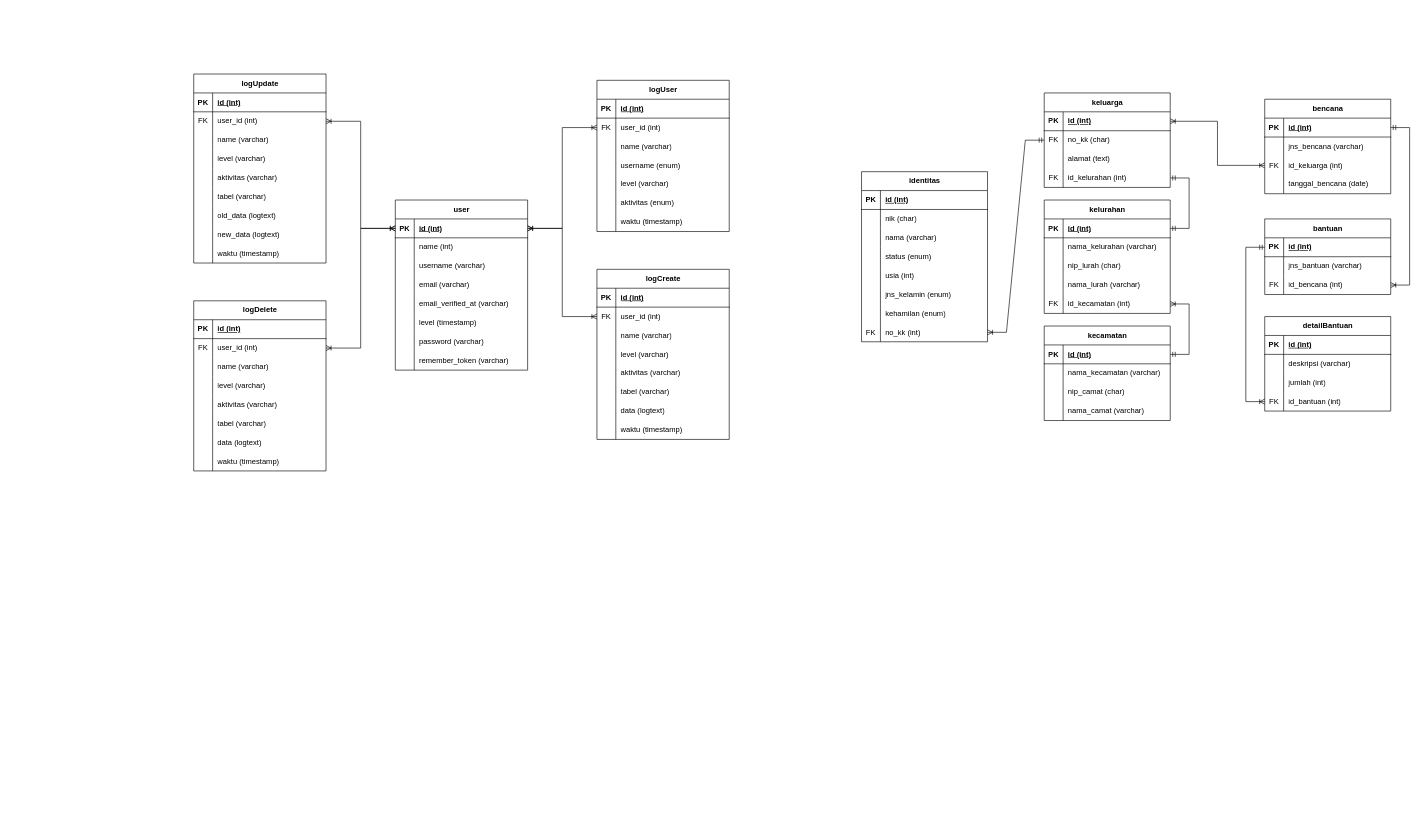
febrizuladhari/SuratBencana_TAGANA-Linjamsos-DinasSosial-MSIB6 keeps this draw.io diagram as Dokumen Dasar/ERD.drawio. Above is the earlier version. Source tidied: cells renumbered, new cells numbered last; positions are measured from the earlier drawing's top-left corner, leaving out a move shared by most shapes. Both pictures are drawn from the tidied source at 63%, with x=0, y=0 at pixel (193, 74).
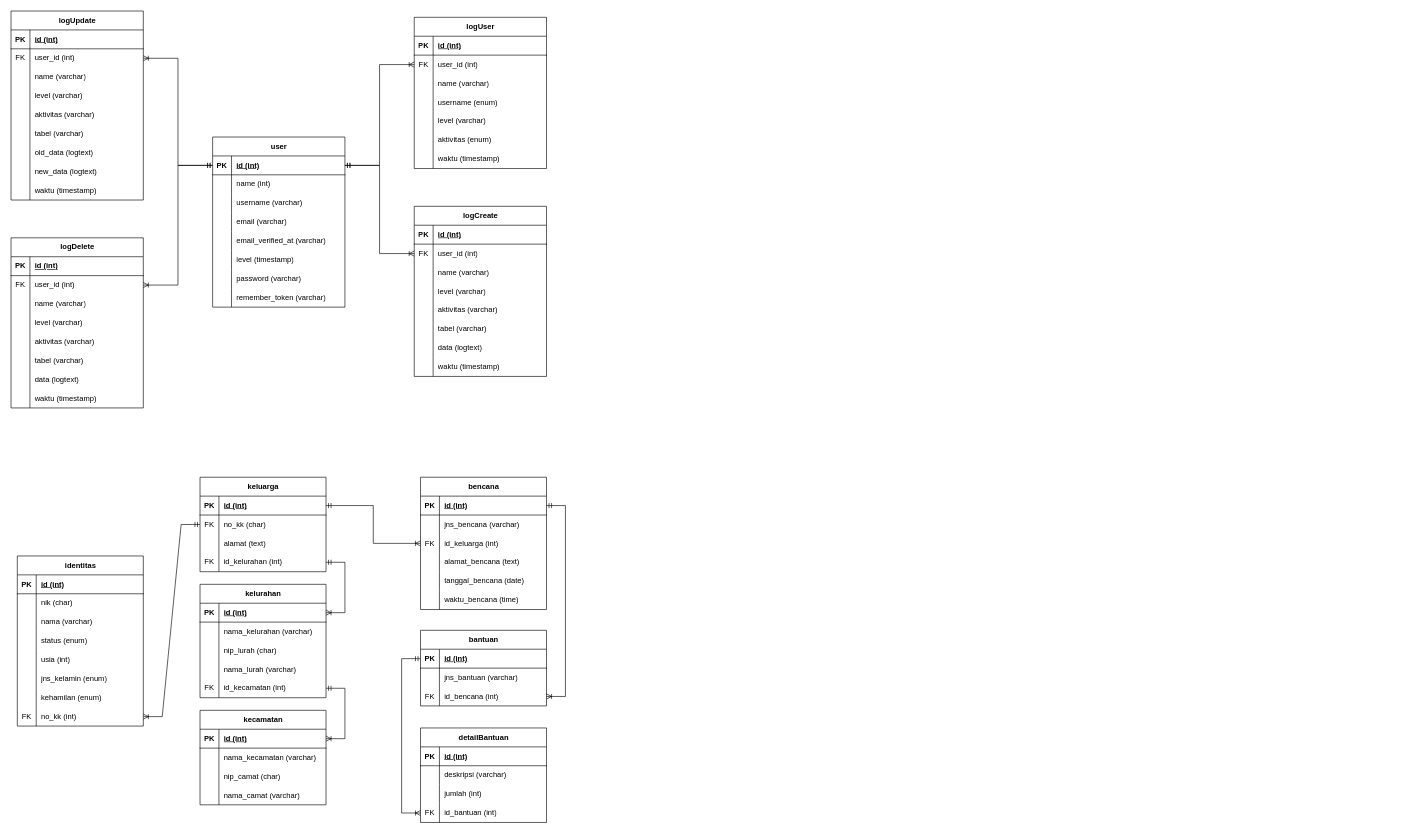
The same page after the edit.

The change refers to these unchanged cells:
```xml
<mxCell id="28" style="shape=tableRow;horizontal=0;startSize=0;swimlaneHead=0;swimlaneBody=0;fillColor=none;points=[[0,0.5],[1,0.5]];portConstraint=eastwest;top=0;left=0;right=0;bottom=1;" parent="27" vertex="1">
  <mxGeometry y="30" width="200" height="30" as="geometry" />
</mxCell>
<mxCell id="40" style="shape=tableRow;horizontal=0;startSize=0;swimlaneHead=0;swimlaneBody=0;fillColor=none;points=[[0,0.5],[1,0.5]];portConstraint=eastwest;top=0;left=0;right=0;bottom=0;" parent="27" vertex="1">
  <mxGeometry y="150" width="200" height="30" as="geometry" />
</mxCell>
<mxCell id="44" style="shape=tableRow;horizontal=0;startSize=0;swimlaneHead=0;swimlaneBody=0;fillColor=none;points=[[0,0.5],[1,0.5]];portConstraint=eastwest;top=0;left=0;right=0;bottom=1;" parent="43" vertex="1">
  <mxGeometry y="30" width="200" height="30" as="geometry" />
</mxCell>
<mxCell id="57" style="shape=tableRow;horizontal=0;startSize=0;swimlaneHead=0;swimlaneBody=0;fillColor=none;points=[[0,0.5],[1,0.5]];portConstraint=eastwest;top=0;left=0;right=0;bottom=1;" parent="56" vertex="1">
  <mxGeometry y="30" width="200" height="30" as="geometry" />
</mxCell>
<mxCell id="63" style="shape=tableRow;horizontal=0;startSize=0;swimlaneHead=0;swimlaneBody=0;fillColor=none;points=[[0,0.5],[1,0.5]];portConstraint=eastwest;top=0;left=0;right=0;bottom=0;" parent="56" vertex="1">
  <mxGeometry y="90" width="200" height="30" as="geometry" />
</mxCell>
<mxCell id="69" style="shape=tableRow;horizontal=0;startSize=0;swimlaneHead=0;swimlaneBody=0;fillColor=none;points=[[0,0.5],[1,0.5]];portConstraint=eastwest;top=0;left=0;right=0;bottom=1;" parent="68" vertex="1">
  <mxGeometry y="30" width="200" height="30" as="geometry" />
</mxCell>
<mxCell id="78" style="shape=tableRow;horizontal=0;startSize=0;swimlaneHead=0;swimlaneBody=0;fillColor=none;points=[[0,0.5],[1,0.5]];portConstraint=eastwest;top=0;left=0;right=0;bottom=0;" parent="68" vertex="1">
  <mxGeometry y="120" width="200" height="30" as="geometry" />
</mxCell>
<mxCell id="83" style="shape=tableRow;horizontal=0;startSize=0;swimlaneHead=0;swimlaneBody=0;fillColor=none;points=[[0,0.5],[1,0.5]];portConstraint=eastwest;top=0;left=0;right=0;bottom=1;" parent="82" vertex="1">
  <mxGeometry y="30" width="200" height="30" as="geometry" />
</mxCell>
<mxCell id="89" style="shape=tableRow;horizontal=0;startSize=0;swimlaneHead=0;swimlaneBody=0;fillColor=none;points=[[0,0.5],[1,0.5]];portConstraint=eastwest;top=0;left=0;right=0;bottom=0;" parent="82" vertex="1">
  <mxGeometry y="90" width="200" height="30" as="geometry" />
</mxCell>
<mxCell id="107" style="shape=tableRow;horizontal=0;startSize=0;swimlaneHead=0;swimlaneBody=0;fillColor=none;points=[[0,0.5],[1,0.5]];portConstraint=eastwest;top=0;left=0;right=0;bottom=0;" parent="97" vertex="1">
  <mxGeometry y="120" width="200" height="30" as="geometry" />
</mxCell>
<mxCell id="115" style="shape=tableRow;horizontal=0;startSize=0;swimlaneHead=0;swimlaneBody=0;fillColor=none;points=[[0,0.5],[1,0.5]];portConstraint=eastwest;top=0;left=0;right=0;bottom=0;" parent="111" vertex="1">
  <mxGeometry y="60" width="210" height="30" as="geometry" />
</mxCell>
<mxCell id="134" style="shape=tableRow;horizontal=0;startSize=0;swimlaneHead=0;swimlaneBody=0;fillColor=none;points=[[0,0.5],[1,0.5]];portConstraint=eastwest;top=0;left=0;right=0;bottom=1;" parent="133" vertex="1">
  <mxGeometry y="30" width="210" height="30" as="geometry" />
</mxCell>
<mxCell id="163" style="shape=tableRow;horizontal=0;startSize=0;swimlaneHead=0;swimlaneBody=0;fillColor=none;points=[[0,0.5],[1,0.5]];portConstraint=eastwest;top=0;left=0;right=0;bottom=0;" parent="159" vertex="1">
  <mxGeometry y="60" width="210" height="30" as="geometry" />
</mxCell>
<mxCell id="188" style="shape=tableRow;horizontal=0;startSize=0;swimlaneHead=0;swimlaneBody=0;fillColor=none;points=[[0,0.5],[1,0.5]];portConstraint=eastwest;top=0;left=0;right=0;bottom=0;" parent="184" vertex="1">
  <mxGeometry y="60" width="210" height="30" as="geometry" />
</mxCell>
<mxCell id="213" style="shape=tableRow;horizontal=0;startSize=0;swimlaneHead=0;swimlaneBody=0;fillColor=none;points=[[0,0.5],[1,0.5]];portConstraint=eastwest;top=0;left=0;right=0;bottom=0;" parent="209" vertex="1">
  <mxGeometry y="60" width="210" height="30" as="geometry" />
</mxCell>
```

Diff of the diagram source:
```diff
@@
     <mxCell id="2" value="identitas" style="shape=table;startSize=30;childLayout=tableLayout;rowLines=0;fontStyle=1;align=center;html=1;" parent="1" vertex="1">
-      <mxGeometry x="1060" y="155" width="200" height="270" as="geometry" />
+      <mxGeometry x="-280" y="765" width="200" height="270" as="geometry" />
     </mxCell>
@@
     <mxCell id="27" value="kelurahan" style="shape=table;startSize=30;childLayout=tableLayout;rowLines=0;fontStyle=1;align=center;html=1;" parent="1" vertex="1">
-      <mxGeometry x="1350" y="200" width="200" height="180" as="geometry" />
+      <mxGeometry x="10" y="810" width="200" height="180" as="geometry" />
     </mxCell>
@@
     <mxCell id="43" value="kecamatan" style="shape=table;startSize=30;childLayout=tableLayout;rowLines=0;fontStyle=1;align=center;html=1;" parent="1" vertex="1">
-      <mxGeometry x="1350" y="400" width="200" height="150" as="geometry" />
+      <mxGeometry x="10" y="1010" width="200" height="150" as="geometry" />
     </mxCell>
@@
     <mxCell id="56" value="bantuan" style="shape=table;startSize=30;childLayout=tableLayout;rowLines=0;fontStyle=1;align=center;html=1;" parent="1" vertex="1">
-      <mxGeometry x="1700" y="230" width="200" height="120" as="geometry" />
+      <mxGeometry x="360" y="883" width="200" height="120" as="geometry" />
     </mxCell>
@@
-    <mxCell id="66" style="edgeStyle=orthogonalEdgeStyle;fontSize=12;html=1;endArrow=ERmandOne;startArrow=ERmandOne;rounded=0;exitX=1;exitY=0.5;exitDx=0;exitDy=0;entryX=1;entryY=0.5;entryDx=0;entryDy=0;" parent="1" edge="1" source="78" target="28">
+    <mxCell id="66" style="edgeStyle=orthogonalEdgeStyle;fontSize=12;html=1;endArrow=ERoneToMany;startArrow=ERmandOne;rounded=0;exitX=1;exitY=0.5;exitDx=0;exitDy=0;entryX=1;entryY=0.5;entryDx=0;entryDy=0;endFill=0;" parent="1" edge="1" source="78" target="28">
       <mxGeometry relative="1" as="geometry">
         <Array as="points">
-          <mxPoint x="1580" y="165" />
-          <mxPoint x="1580" y="245" />
+          <mxPoint x="240" y="775" />
+          <mxPoint x="240" y="855" />
         </Array>
       </mxGeometry>
     </mxCell>
-    <mxCell id="67" style="edgeStyle=orthogonalEdgeStyle;fontSize=12;html=1;endArrow=ERoneToMany;startArrow=ERmandOne;rounded=0;exitX=1;exitY=0.5;exitDx=0;exitDy=0;entryX=1;entryY=0.5;entryDx=0;entryDy=0;endFill=0;" parent="1" edge="1" source="44" target="40">
+    <mxCell id="67" style="edgeStyle=orthogonalEdgeStyle;fontSize=12;html=1;endArrow=ERmandOne;startArrow=ERoneToMany;rounded=0;exitX=1;exitY=0.5;exitDx=0;exitDy=0;entryX=1;entryY=0.5;entryDx=0;entryDy=0;endFill=0;startFill=0;" parent="1" edge="1" source="44" target="40">
       <mxGeometry relative="1" as="geometry">
         <Array as="points">
-          <mxPoint x="1580" y="445" />
-          <mxPoint x="1580" y="365" />
+          <mxPoint x="240" y="1055" />
+          <mxPoint x="240" y="975" />
         </Array>
       </mxGeometry>
     </mxCell>
     <mxCell id="68" value="keluarga" style="shape=table;startSize=30;childLayout=tableLayout;rowLines=0;fontStyle=1;align=center;html=1;" parent="1" vertex="1">
-      <mxGeometry x="1350" y="30" width="200" height="150" as="geometry" />
+      <mxGeometry x="10" y="640" width="200" height="150" as="geometry" />
     </mxCell>
@@
     <mxCell id="82" value="bencana" style="shape=table;startSize=30;childLayout=tableLayout;rowLines=0;fontStyle=1;align=center;html=1;" parent="1" vertex="1">
-      <mxGeometry x="1700" y="40" width="200" height="150" as="geometry" />
+      <mxGeometry x="360" y="640" width="200" height="210" as="geometry" />
     </mxCell>
@@
+    <mxCell id="240" style="shape=tableRow;horizontal=0;startSize=0;swimlaneHead=0;swimlaneBody=0;fillColor=none;top=0;left=0;right=0;bottom=0;" parent="82" vertex="1">
+      <mxGeometry y="120" width="200" height="30" as="geometry" />
+    </mxCell>
+    <mxCell id="241" style="shape=partialRectangle;fillColor=none;top=0;left=0;bottom=0;right=0;overflow=hidden;whiteSpace=wrap;html=1;" parent="240" vertex="1">
+      <mxGeometry width="30" height="30" as="geometry" />
+    </mxCell>
+    <mxCell id="242" value="alamat_bencana (text)" style="shape=partialRectangle;fillColor=none;top=0;left=0;bottom=0;right=0;align=left;spacingLeft=6;overflow=hidden;whiteSpace=wrap;html=1;" parent="240" vertex="1">
+      <mxGeometry x="30" width="170" height="30" as="geometry" />
+    </mxCell>
     <mxCell id="92" style="shape=tableRow;horizontal=0;startSize=0;swimlaneHead=0;swimlaneBody=0;fillColor=none;top=0;left=0;right=0;bottom=0;" parent="82" vertex="1">
-      <mxGeometry y="120" width="200" height="30" as="geometry" />
+      <mxGeometry y="150" width="200" height="30" as="geometry" />
     </mxCell>
@@
+    <mxCell id="243" style="shape=tableRow;horizontal=0;startSize=0;swimlaneHead=0;swimlaneBody=0;fillColor=none;top=0;left=0;right=0;bottom=0;" parent="82" vertex="1">
+      <mxGeometry y="180" width="200" height="30" as="geometry" />
+    </mxCell>
+    <mxCell id="244" style="shape=partialRectangle;fillColor=none;top=0;left=0;bottom=0;right=0;overflow=hidden;whiteSpace=wrap;html=1;" parent="243" vertex="1">
+      <mxGeometry width="30" height="30" as="geometry" />
+    </mxCell>
+    <mxCell id="245" value="waktu_bencana (time)" style="shape=partialRectangle;fillColor=none;top=0;left=0;bottom=0;right=0;align=left;spacingLeft=6;overflow=hidden;whiteSpace=wrap;html=1;" parent="243" vertex="1">
+      <mxGeometry x="30" width="170" height="30" as="geometry" />
+    </mxCell>
     <mxCell id="95" style="fontSize=12;html=1;endArrow=ERoneToMany;startArrow=ERmandOne;rounded=0;endFill=0;edgeStyle=orthogonalEdgeStyle;exitX=1;exitY=0.5;exitDx=0;exitDy=0;entryX=1;entryY=0.5;entryDx=0;entryDy=0;" parent="1" edge="1" source="83" target="63">
       <mxGeometry relative="1" as="geometry">
         <Array as="points">
-          <mxPoint x="1930" y="85" />
-          <mxPoint x="1930" y="335" />
+          <mxPoint x="590" y="685" />
+          <mxPoint x="590" y="988" />
         </Array>
       </mxGeometry>
     </mxCell>
-    <mxCell id="96" style="fontSize=12;html=1;endArrow=ERoneToMany;startArrow=ERoneToMany;rounded=0;endFill=0;edgeStyle=orthogonalEdgeStyle;entryX=1;entryY=0.5;entryDx=0;entryDy=0;exitX=0;exitY=0.5;exitDx=0;exitDy=0;startFill=0;" parent="1" edge="1" source="89" target="69">
+    <mxCell id="96" style="fontSize=12;html=1;endArrow=ERmandOne;startArrow=ERoneToMany;rounded=0;endFill=0;edgeStyle=orthogonalEdgeStyle;entryX=1;entryY=0.5;entryDx=0;entryDy=0;exitX=0;exitY=0.5;exitDx=0;exitDy=0;startFill=0;" parent="1" edge="1" source="89" target="69">
       <mxGeometry relative="1" as="geometry" />
     </mxCell>
     <mxCell id="97" value="detailBantuan" style="shape=table;startSize=30;childLayout=tableLayout;rowLines=0;fontStyle=1;align=center;html=1;" parent="1" vertex="1">
-      <mxGeometry x="1700" y="385" width="200" height="150" as="geometry" />
+      <mxGeometry x="360" y="1038" width="200" height="150" as="geometry" />
     </mxCell>
@@
     <mxCell id="110" style="fontSize=12;html=1;endArrow=ERoneToMany;startArrow=ERmandOne;rounded=0;endFill=0;edgeStyle=orthogonalEdgeStyle;exitX=0;exitY=0.5;exitDx=0;exitDy=0;entryX=0;entryY=0.5;entryDx=0;entryDy=0;" parent="1" edge="1" source="57" target="107">
       <mxGeometry relative="1" as="geometry">
         <Array as="points">
-          <mxPoint x="1670" y="275" />
-          <mxPoint x="1670" y="520" />
+          <mxPoint x="330" y="928" />
+          <mxPoint x="330" y="1173" />
         </Array>
       </mxGeometry>
     </mxCell>
     <mxCell id="111" value="logUser" style="shape=table;startSize=30;childLayout=tableLayout;rowLines=0;fontStyle=1;align=center;html=1;" parent="1" vertex="1">
-      <mxGeometry x="640" y="10" width="210" height="240" as="geometry" />
+      <mxGeometry x="350" y="-90" width="210" height="240" as="geometry" />
     </mxCell>
@@
     <mxCell id="133" value="user" style="shape=table;startSize=30;childLayout=tableLayout;rowLines=0;fontStyle=1;align=center;html=1;" parent="1" vertex="1">
-      <mxGeometry x="320" y="200" width="210" height="270" as="geometry" />
+      <mxGeometry x="30" y="100" width="210" height="270" as="geometry" />
     </mxCell>
@@
-    <mxCell id="158" style="fontSize=12;html=1;endArrow=ERoneToMany;startArrow=ERoneToMany;rounded=0;endFill=0;startFill=0;edgeStyle=orthogonalEdgeStyle;exitX=1;exitY=0.5;exitDx=0;exitDy=0;entryX=0;entryY=0.5;entryDx=0;entryDy=0;" parent="1" edge="1" source="134" target="115">
+    <mxCell id="158" style="fontSize=12;html=1;endArrow=ERoneToMany;startArrow=ERmandOne;rounded=0;endFill=0;startFill=0;edgeStyle=orthogonalEdgeStyle;exitX=1;exitY=0.5;exitDx=0;exitDy=0;entryX=0;entryY=0.5;entryDx=0;entryDy=0;" parent="1" edge="1" source="134" target="115">
       <mxGeometry relative="1" as="geometry" />
     </mxCell>
     <mxCell id="159" value="logCreate" style="shape=table;startSize=30;childLayout=tableLayout;rowLines=0;fontStyle=1;align=center;html=1;" parent="1" vertex="1">
-      <mxGeometry x="640" y="310" width="210" height="270" as="geometry" />
+      <mxGeometry x="350" y="210" width="210" height="270" as="geometry" />
     </mxCell>
@@
     <mxCell id="184" value="logDelete" style="shape=table;startSize=30;childLayout=tableLayout;rowLines=0;fontStyle=1;align=center;html=1;" parent="1" vertex="1">
-      <mxGeometry y="360" width="210" height="270" as="geometry" />
+      <mxGeometry x="-290" y="260" width="210" height="270" as="geometry" />
     </mxCell>
@@
     <mxCell id="209" value="logUpdate" style="shape=table;startSize=30;childLayout=tableLayout;rowLines=0;fontStyle=1;align=center;html=1;" parent="1" vertex="1">
-      <mxGeometry width="210" height="300" as="geometry" />
+      <mxGeometry x="-290" y="-100" width="210" height="300" as="geometry" />
     </mxCell>
@@
-    <mxCell id="237" style="fontSize=12;html=1;endArrow=ERoneToMany;startArrow=ERoneToMany;rounded=0;endFill=0;startFill=0;edgeStyle=orthogonalEdgeStyle;exitX=1;exitY=0.5;exitDx=0;exitDy=0;entryX=0;entryY=0.5;entryDx=0;entryDy=0;" parent="1" edge="1" source="134" target="163">
+    <mxCell id="237" style="fontSize=12;html=1;endArrow=ERoneToMany;startArrow=ERmandOne;rounded=0;endFill=0;startFill=0;edgeStyle=orthogonalEdgeStyle;exitX=1;exitY=0.5;exitDx=0;exitDy=0;entryX=0;entryY=0.5;entryDx=0;entryDy=0;" parent="1" edge="1" source="134" target="163">
       <mxGeometry relative="1" as="geometry" />
     </mxCell>
-    <mxCell id="238" style="fontSize=12;html=1;endArrow=ERoneToMany;startArrow=ERoneToMany;rounded=0;endFill=0;startFill=0;edgeStyle=orthogonalEdgeStyle;exitX=0;exitY=0.5;exitDx=0;exitDy=0;entryX=1;entryY=0.5;entryDx=0;entryDy=0;" parent="1" edge="1" source="134" target="213">
+    <mxCell id="238" style="fontSize=12;html=1;endArrow=ERoneToMany;startArrow=ERmandOne;rounded=0;endFill=0;startFill=0;edgeStyle=orthogonalEdgeStyle;exitX=0;exitY=0.5;exitDx=0;exitDy=0;entryX=1;entryY=0.5;entryDx=0;entryDy=0;" parent="1" edge="1" source="134" target="213">
       <mxGeometry relative="1" as="geometry" />
     </mxCell>
-    <mxCell id="239" style="fontSize=12;html=1;endArrow=ERoneToMany;startArrow=ERoneToMany;rounded=0;endFill=0;startFill=0;edgeStyle=orthogonalEdgeStyle;exitX=0;exitY=0.5;exitDx=0;exitDy=0;entryX=1;entryY=0.5;entryDx=0;entryDy=0;" parent="1" edge="1" source="134" target="188">
+    <mxCell id="239" style="fontSize=12;html=1;endArrow=ERoneToMany;startArrow=ERmandOne;rounded=0;endFill=0;startFill=0;edgeStyle=orthogonalEdgeStyle;exitX=0;exitY=0.5;exitDx=0;exitDy=0;entryX=1;entryY=0.5;entryDx=0;entryDy=0;" parent="1" edge="1" source="134" target="188">
       <mxGeometry relative="1" as="geometry" />
     </mxCell>
```
